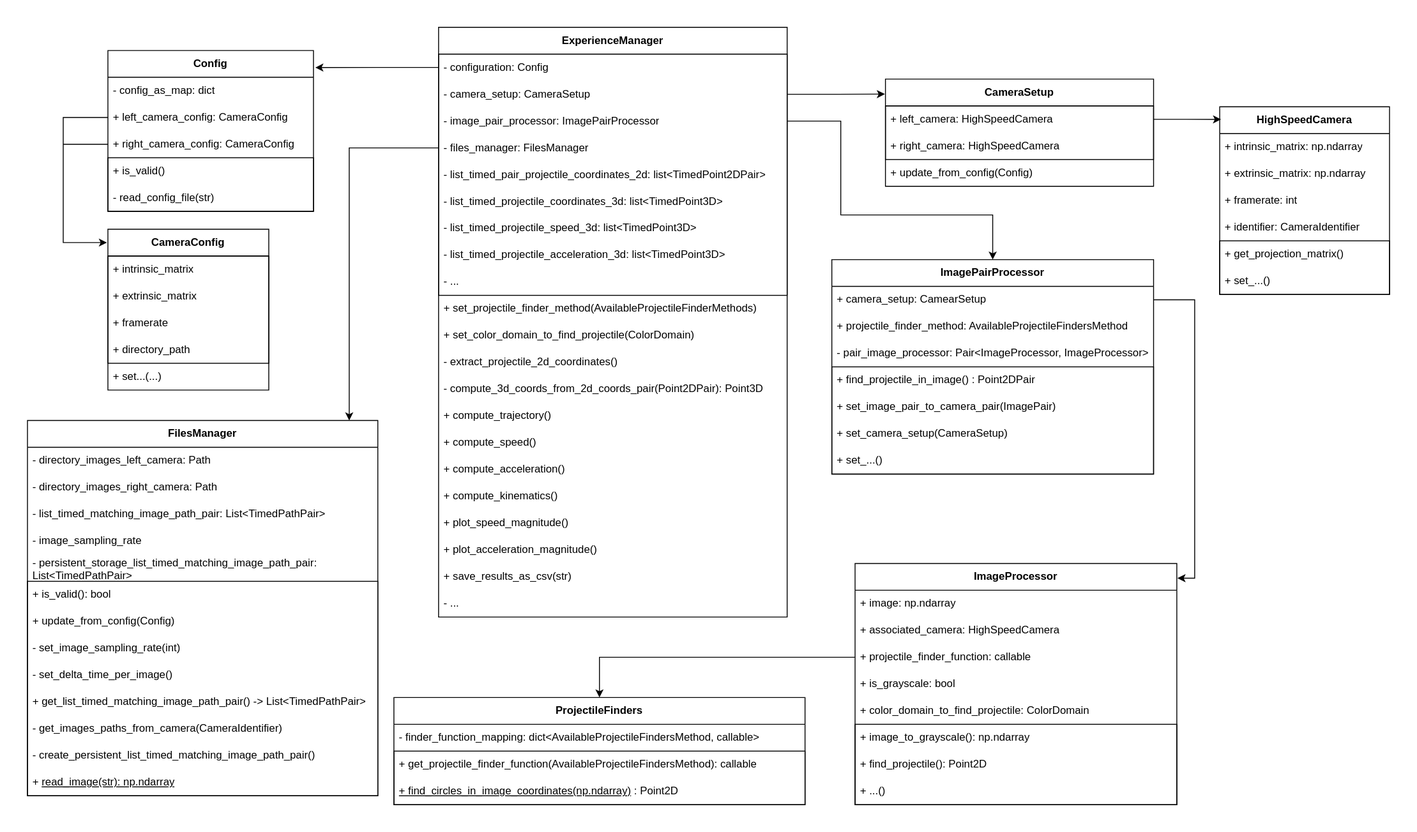
Before: documentation/images/class_diagram.svg, a diagram exported from draw.io (blouxongit/crossbow_project). Source tidied: cells renumbered, new cells last; positions are measured from the earlier drawing's top-left corner, leaving out a move shared by most shapes.
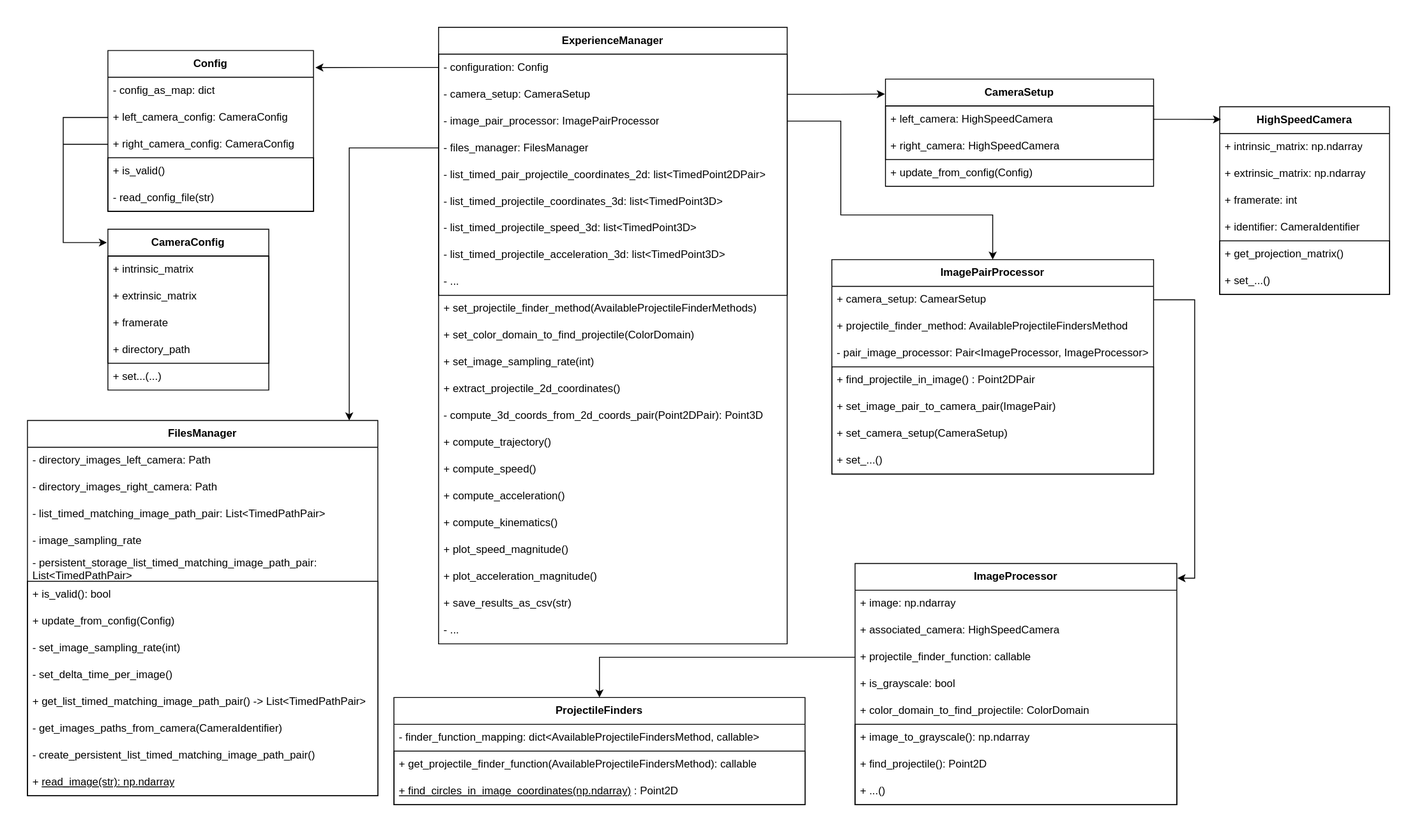
After the change.

Change to the diagram source:
```diff
@@ -183,7 +183,7 @@
       <mxGeometry y="210" width="392" height="30" as="geometry" />
     </mxCell>
     <mxCell id="62" value="&lt;b&gt;ExperienceManager&lt;/b&gt;" style="swimlane;fontStyle=0;horizontal=1;startSize=30;whiteSpace=wrap;html=1;" parent="1" vertex="1">
-      <mxGeometry x="460" width="390" height="660" as="geometry" />
+      <mxGeometry x="460" width="390" height="690" as="geometry" />
     </mxCell>
     <mxCell id="63" style="group;strokeColor=default;" parent="62" vertex="1">
       <mxGeometry y="30" width="390" height="270" as="geometry" />
@@ -221,35 +221,38 @@
     <mxCell id="74" value="+ set_color_domain_to_find_projectile(ColorDomain)" style="text;strokeColor=none;fillColor=none;align=left;verticalAlign=middle;spacingLeft=4;spacingRight=4;overflow=hidden;whiteSpace=wrap;html=1;" parent="62" vertex="1">
       <mxGeometry y="330" width="390" height="30" as="geometry" />
     </mxCell>
+    <mxCell id="101" value="+ set_image_sampling_rate(int)" style="text;strokeColor=none;fillColor=none;align=left;verticalAlign=middle;spacingLeft=4;spacingRight=4;overflow=hidden;whiteSpace=wrap;html=1;" parent="62" vertex="1">
+      <mxGeometry y="360" width="390" height="30" as="geometry" />
+    </mxCell>
-    <mxCell id="75" value="- extract_projectile_2d_coordinates()" style="text;strokeColor=none;fillColor=none;align=left;verticalAlign=middle;spacingLeft=4;spacingRight=4;overflow=hidden;whiteSpace=wrap;html=1;" parent="62" vertex="1">
-      <mxGeometry y="360" width="390" height="30" as="geometry" />
+    <mxCell id="75" value="+ extract_projectile_2d_coordinates()" style="text;strokeColor=none;fillColor=none;align=left;verticalAlign=middle;spacingLeft=4;spacingRight=4;overflow=hidden;whiteSpace=wrap;html=1;" parent="62" vertex="1">
+      <mxGeometry y="390" width="390" height="30" as="geometry" />
     </mxCell>
     <mxCell id="76" value="- compute_3d_coords_from_2d_coords_pair(Point2DPair): Point3D" style="text;strokeColor=none;fillColor=none;align=left;verticalAlign=middle;spacingLeft=4;spacingRight=4;overflow=hidden;whiteSpace=wrap;html=1;" parent="62" vertex="1">
-      <mxGeometry y="390" width="390" height="30" as="geometry" />
+      <mxGeometry y="420" width="390" height="30" as="geometry" />
     </mxCell>
     <mxCell id="77" value="+ compute_trajectory()" style="text;strokeColor=none;fillColor=none;align=left;verticalAlign=middle;spacingLeft=4;spacingRight=4;overflow=hidden;whiteSpace=wrap;html=1;" parent="62" vertex="1">
-      <mxGeometry y="420" width="390" height="30" as="geometry" />
+      <mxGeometry y="450" width="390" height="30" as="geometry" />
     </mxCell>
     <mxCell id="78" value="+ compute_speed()" style="text;strokeColor=none;fillColor=none;align=left;verticalAlign=middle;spacingLeft=4;spacingRight=4;overflow=hidden;whiteSpace=wrap;html=1;" parent="62" vertex="1">
-      <mxGeometry y="450" width="390" height="30" as="geometry" />
+      <mxGeometry y="480" width="390" height="30" as="geometry" />
     </mxCell>
     <mxCell id="79" value="+ compute_acceleration()" style="text;strokeColor=none;fillColor=none;align=left;verticalAlign=middle;spacingLeft=4;spacingRight=4;overflow=hidden;whiteSpace=wrap;html=1;" parent="62" vertex="1">
-      <mxGeometry y="480" width="390" height="30" as="geometry" />
+      <mxGeometry y="510" width="390" height="30" as="geometry" />
     </mxCell>
     <mxCell id="80" value="+ compute_kinematics()" style="text;strokeColor=none;fillColor=none;align=left;verticalAlign=middle;spacingLeft=4;spacingRight=4;overflow=hidden;whiteSpace=wrap;html=1;" parent="62" vertex="1">
-      <mxGeometry y="510" width="390" height="30" as="geometry" />
+      <mxGeometry y="540" width="390" height="30" as="geometry" />
     </mxCell>
     <mxCell id="81" value="+ plot_speed_magnitude()" style="text;strokeColor=none;fillColor=none;align=left;verticalAlign=middle;spacingLeft=4;spacingRight=4;overflow=hidden;whiteSpace=wrap;html=1;" parent="62" vertex="1">
-      <mxGeometry y="540" width="390" height="30" as="geometry" />
+      <mxGeometry y="570" width="390" height="30" as="geometry" />
     </mxCell>
     <mxCell id="82" value="+ plot_acceleration_magnitude()" style="text;strokeColor=none;fillColor=none;align=left;verticalAlign=middle;spacingLeft=4;spacingRight=4;overflow=hidden;whiteSpace=wrap;html=1;" parent="62" vertex="1">
-      <mxGeometry y="570" width="390" height="30" as="geometry" />
+      <mxGeometry y="600" width="390" height="30" as="geometry" />
     </mxCell>
     <mxCell id="83" value="+ save_results_as_csv(str)" style="text;strokeColor=none;fillColor=none;align=left;verticalAlign=middle;spacingLeft=4;spacingRight=4;overflow=hidden;whiteSpace=wrap;html=1;" parent="62" vertex="1">
-      <mxGeometry y="600" width="390" height="30" as="geometry" />
+      <mxGeometry y="630" width="390" height="30" as="geometry" />
     </mxCell>
     <mxCell id="84" value="- ..." style="text;strokeColor=none;fillColor=none;align=left;verticalAlign=middle;spacingLeft=4;spacingRight=4;overflow=hidden;whiteSpace=wrap;html=1;" parent="62" vertex="1">
-      <mxGeometry y="630" width="390" height="30" as="geometry" />
+      <mxGeometry y="660" width="390" height="30" as="geometry" />
     </mxCell>
     <mxCell id="85" style="edgeStyle=orthogonalEdgeStyle;rounded=0;jettySize=auto;html=1;exitX=0;exitY=0.5;exitDx=0;exitDy=0;entryX=1.009;entryY=0.106;entryDx=0;entryDy=0;entryPerimeter=0;" parent="1" edge="1" source="64" target="2">
       <mxGeometry relative="1" as="geometry" />
```
